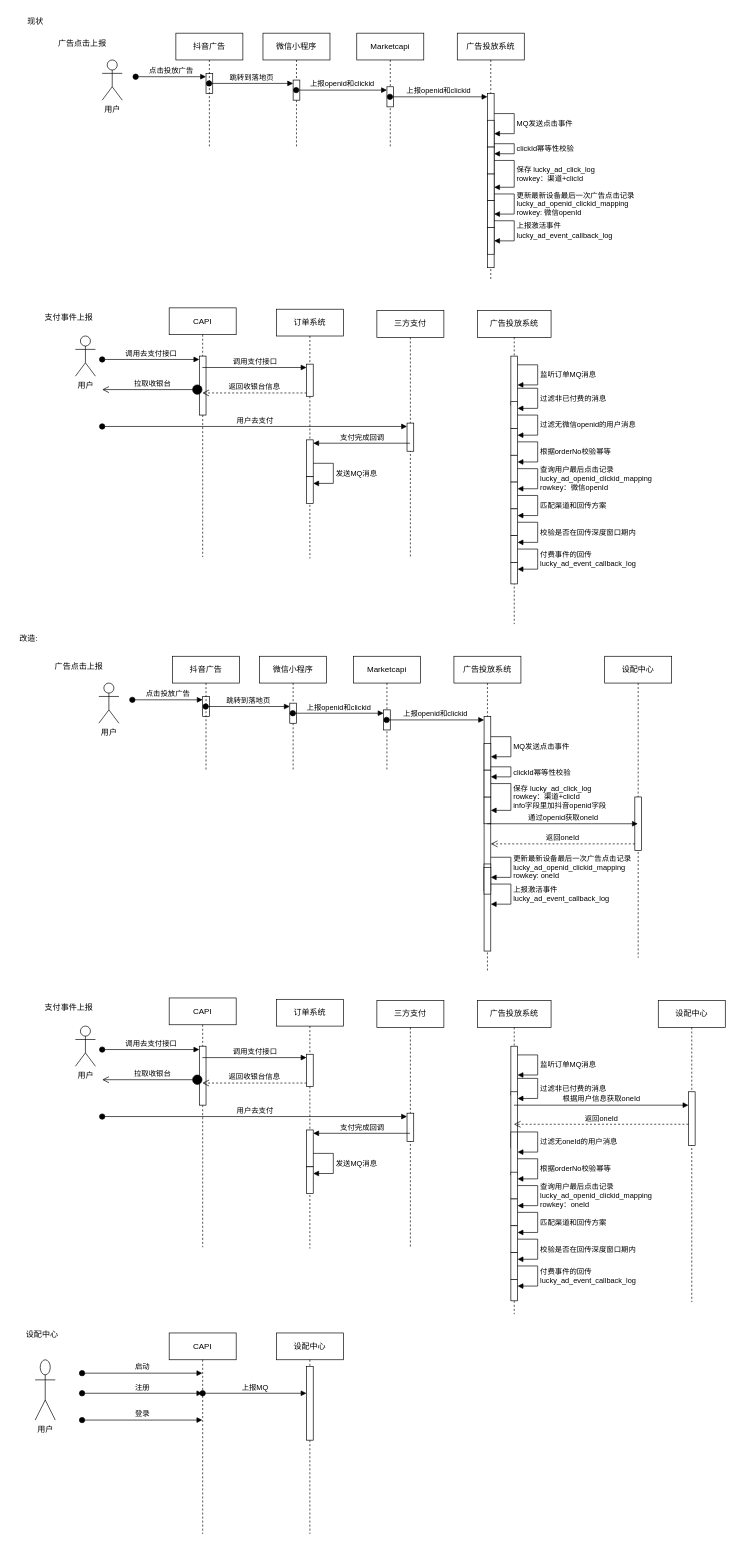
Earlier version of the draw.io diagram page "咖啡广告巨量投放逻辑" (17 of 17) of src/draw/广告投放系统.drawio (y13513867074/draw). Source tidied: cells renumbered, new cells numbered last; positions are measured from the earlier drawing's top-left corner, leaving out a move shared by most shapes. Both pictures are drawn from the tidied source at 67%, with x=0, y=0 at pixel (11, 11).
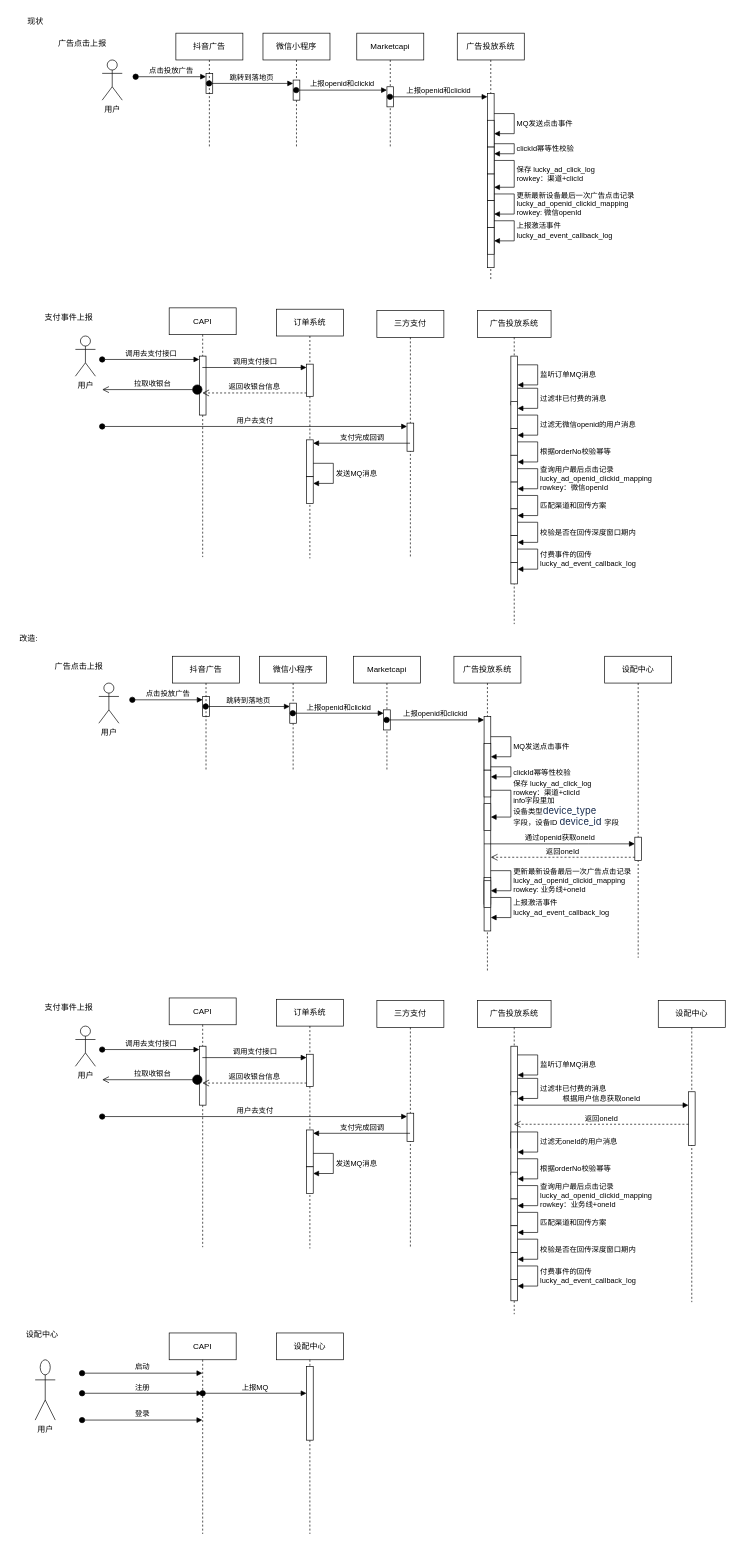
Above is the later version.

Commit message (it also covers changes not shown here):
更新广告投放系统.drawio

The change refers to these unchanged cells:
```xml
<mxCell id="69" value="广告投放系统" style="shape=umlLifeline;perimeter=lifelinePerimeter;whiteSpace=wrap;html=1;outlineConnect=0;portConstraint=eastwest;newEdgeStyle={&quot;curved&quot;:0,&quot;rounded&quot;:0};" parent="1" vertex="1">
  <mxGeometry x="660" y="962" width="100" height="470" as="geometry" />
</mxCell>
<mxCell id="88" value="设配中心" style="shape=umlLifeline;perimeter=lifelinePerimeter;whiteSpace=wrap;html=1;outlineConnect=0;portConstraint=eastwest;newEdgeStyle={&quot;curved&quot;:0,&quot;rounded&quot;:0};" parent="1" vertex="1">
  <mxGeometry x="885" y="962" width="100" height="450" as="geometry" />
</mxCell>
<mxCell id="102" value="广告投放系统" style="shape=umlLifeline;perimeter=lifelinePerimeter;whiteSpace=wrap;html=1;newEdgeStyle={&quot;curved&quot;:0,&quot;rounded&quot;:0};" parent="1" vertex="1">
  <mxGeometry x="695" y="1476" width="110" height="468" as="geometry" />
</mxCell>
<mxCell id="111" style="html=1;points=[[0,0,0,0,5],[0,1,0,0,-5],[1,0,0,0,5],[1,1,0,0,-5]];perimeter=orthogonalPerimeter;outlineConnect=0;targetShapes=umlLifeline;portConstraint=eastwest;newEdgeStyle={&quot;curved&quot;:0,&quot;rounded&quot;:0};" parent="102" vertex="1">
  <mxGeometry x="50" y="296" width="10" height="40" as="geometry" />
</mxCell>
```

What changed in the source:
```diff
@@
     <mxCell id="70" style="html=1;points=[[0,0,0,0,5],[0,1,0,0,-5],[1,0,0,0,5],[1,1,0,0,-5]];perimeter=orthogonalPerimeter;outlineConnect=0;targetShapes=umlLifeline;portConstraint=eastwest;newEdgeStyle={&quot;curved&quot;:0,&quot;rounded&quot;:0};" parent="69" vertex="1">
-      <mxGeometry x="45" y="90" width="10" height="350" as="geometry" />
+      <mxGeometry x="45" y="90" width="10" height="320" as="geometry" />
     </mxCell>
@@
     <mxCell id="73" style="html=1;points=[[0,0,0,0,5],[0,1,0,0,-5],[1,0,0,0,5],[1,1,0,0,-5]];perimeter=orthogonalPerimeter;outlineConnect=0;targetShapes=umlLifeline;portConstraint=eastwest;newEdgeStyle={&quot;curved&quot;:0,&quot;rounded&quot;:0};" parent="69" vertex="1">
-      <mxGeometry x="45" y="210" width="10" height="40" as="geometry" />
+      <mxGeometry x="45" y="220" width="10" height="40" as="geometry" />
     </mxCell>
-    <mxCell id="74" value="保存 lucky_ad_click_log&lt;div&gt;rowkey：渠道+clicId&lt;/div&gt;&lt;div&gt;info字段里加抖音openid字段&lt;/div&gt;" style="html=1;align=left;spacingLeft=2;endArrow=block;rounded=0;edgeStyle=orthogonalEdgeStyle;curved=0;rounded=0;" parent="69" edge="1" source="70" target="73">
+    <mxCell id="74" value="保存 lucky_ad_click_log&lt;div&gt;rowkey：渠道+clicId&lt;/div&gt;&lt;div&gt;info字段里加&lt;/div&gt;&lt;div&gt;设备类型&lt;span style=&quot;color: rgb(23, 43, 77); font-family: -apple-system, BlinkMacSystemFont, &amp;quot;Segoe UI&amp;quot;, Roboto, Oxygen, Ubuntu, &amp;quot;Fira Sans&amp;quot;, &amp;quot;Droid Sans&amp;quot;, &amp;quot;Helvetica Neue&amp;quot;, sans-serif; font-size: 14px; text-wrap: wrap;&quot;&gt;device_type&lt;/span&gt;字段，设备ID&amp;nbsp;&lt;span style=&quot;text-wrap: wrap; color: rgb(23, 43, 77); font-family: -apple-system, BlinkMacSystemFont, &amp;quot;Segoe UI&amp;quot;, Roboto, Oxygen, Ubuntu, &amp;quot;Fira Sans&amp;quot;, &amp;quot;Droid Sans&amp;quot;, &amp;quot;Helvetica Neue&amp;quot;, sans-serif; font-size: 14px;&quot;&gt;device_id&amp;nbsp;&lt;/span&gt;字段&lt;/div&gt;" style="html=1;align=left;spacingLeft=2;endArrow=block;rounded=0;edgeStyle=orthogonalEdgeStyle;curved=0;rounded=0;" parent="69" edge="1" target="73">
       <mxGeometry relative="1" as="geometry">
+        <mxPoint x="55" y="200" as="sourcePoint" />
         <Array as="points">
-          <mxPoint x="85" y="190" />
-          <mxPoint x="85" y="230" />
+          <mxPoint x="85" y="200" />
+          <mxPoint x="85" y="240" />
         </Array>
       </mxGeometry>
     </mxCell>
@@
     <mxCell id="77" style="html=1;points=[[0,0,0,0,5],[0,1,0,0,-5],[1,0,0,0,5],[1,1,0,0,-5]];perimeter=orthogonalPerimeter;outlineConnect=0;targetShapes=umlLifeline;portConstraint=eastwest;newEdgeStyle={&quot;curved&quot;:0,&quot;rounded&quot;:0};" parent="69" vertex="1">
-      <mxGeometry x="45" y="310" width="10" height="40" as="geometry" />
+      <mxGeometry x="45" y="330" width="10" height="40" as="geometry" />
     </mxCell>
-    <mxCell id="78" value="更新最新设备最后一次广告点击记录&lt;div&gt;lucky_ad_openid_clickid_mapping&lt;br&gt;&lt;/div&gt;&lt;div&gt;rowkey: oneId&lt;/div&gt;" style="html=1;align=left;spacingLeft=2;endArrow=block;rounded=0;edgeStyle=orthogonalEdgeStyle;curved=0;rounded=0;" parent="69" edge="1" target="77">
+    <mxCell id="78" value="更新最新设备最后一次广告点击记录&lt;div&gt;lucky_ad_openid_clickid_mapping&lt;br&gt;&lt;/div&gt;&lt;div&gt;rowkey: 业务线+oneId&lt;/div&gt;" style="html=1;align=left;spacingLeft=2;endArrow=block;rounded=0;edgeStyle=orthogonalEdgeStyle;curved=0;rounded=0;" parent="69" edge="1" target="77">
       <mxGeometry relative="1" as="geometry">
-        <mxPoint x="55" y="300" as="sourcePoint" />
+        <mxPoint x="55" y="320" as="sourcePoint" />
         <Array as="points">
-          <mxPoint x="85" y="330" />
+          <mxPoint x="85" y="350" />
         </Array>
       </mxGeometry>
     </mxCell>
     <mxCell id="79" style="html=1;perimeter=orthogonalPerimeter;targetShapes=umlLifeline;newEdgeStyle={&quot;curved&quot;:0,&quot;rounded&quot;:0};" parent="69" vertex="1">
-      <mxGeometry x="45" y="315" width="10" height="40" as="geometry" />
+      <mxGeometry x="45" y="335" width="10" height="40" as="geometry" />
     </mxCell>
     <mxCell id="80" value="上报激活事件&lt;div&gt;lucky_ad_event_callback_log&lt;br&gt;&lt;/div&gt;" style="html=1;align=left;spacingLeft=2;endArrow=block;rounded=0;edgeStyle=orthogonalEdgeStyle;curved=0;rounded=0;" parent="69" edge="1">
       <mxGeometry relative="1" as="geometry">
-        <mxPoint x="55" y="340" as="sourcePoint" />
-        <mxPoint x="55" y="370" as="targetPoint" />
+        <mxPoint x="55" y="360" as="sourcePoint" />
+        <mxPoint x="55" y="390" as="targetPoint" />
         <Array as="points">
-          <mxPoint x="85" y="370" />
+          <mxPoint x="85" y="390" />
         </Array>
       </mxGeometry>
     </mxCell>
@@
     <mxCell id="89" style="html=1;perimeter=orthogonalPerimeter;targetShapes=umlLifeline;newEdgeStyle={&quot;curved&quot;:0,&quot;rounded&quot;:0};" parent="88" vertex="1">
-      <mxGeometry x="45" y="210" width="10" height="80" as="geometry" />
+      <mxGeometry x="45" y="270" width="10" height="35" as="geometry" />
     </mxCell>
-    <mxCell id="90" value="通过openid获取oneId" style="html=1;verticalAlign=bottom;endArrow=block;curved=0;rounded=0;" parent="1" edge="1" source="69" target="88">
+    <mxCell id="90" value="通过openid获取oneId" style="html=1;verticalAlign=bottom;endArrow=block;curved=0;rounded=0;" parent="1" edge="1">
       <mxGeometry relative="1" as="geometry">
+        <mxPoint x="705" y="1242" as="sourcePoint" />
+        <mxPoint x="930" y="1242" as="targetPoint" />
         <Array as="points">
-          <mxPoint x="865" y="1212" />
+          <mxPoint x="860.5" y="1242" />
         </Array>
       </mxGeometry>
     </mxCell>
     <mxCell id="91" value="返回oneId" style="html=1;verticalAlign=bottom;endArrow=open;dashed=1;endSize=8;curved=0;rounded=0;exitX=0;exitY=1;exitDx=0;exitDy=-5;" parent="1" edge="1">
       <mxGeometry relative="1" as="geometry">
-        <mxPoint x="930" y="1242" as="sourcePoint" />
-        <mxPoint x="715" y="1242" as="targetPoint" />
+        <mxPoint x="930" y="1262" as="sourcePoint" />
+        <mxPoint x="715" y="1262" as="targetPoint" />
       </mxGeometry>
     </mxCell>
@@
-    <mxCell id="112" value="查询用户最后点击记录&lt;div&gt;lucky_ad_openid_clickid_mapping&lt;br&gt;&lt;/div&gt;&lt;div&gt;rowkey：oneId&lt;/div&gt;" style="html=1;align=left;spacingLeft=2;endArrow=block;rounded=0;edgeStyle=orthogonalEdgeStyle;curved=0;rounded=0;" parent="102" edge="1" target="111">
+    <mxCell id="112" value="查询用户最后点击记录&lt;div&gt;lucky_ad_openid_clickid_mapping&lt;br&gt;&lt;/div&gt;&lt;div&gt;rowkey：业务线+oneId&lt;/div&gt;" style="html=1;align=left;spacingLeft=2;endArrow=block;rounded=0;edgeStyle=orthogonalEdgeStyle;curved=0;rounded=0;" parent="102" edge="1" target="111">
       <mxGeometry relative="1" as="geometry">
         <mxPoint x="60" y="276" as="sourcePoint" />
         <Array as="points">
           <mxPoint x="90" y="306" />
         </Array>
       </mxGeometry>
     </mxCell>
```
